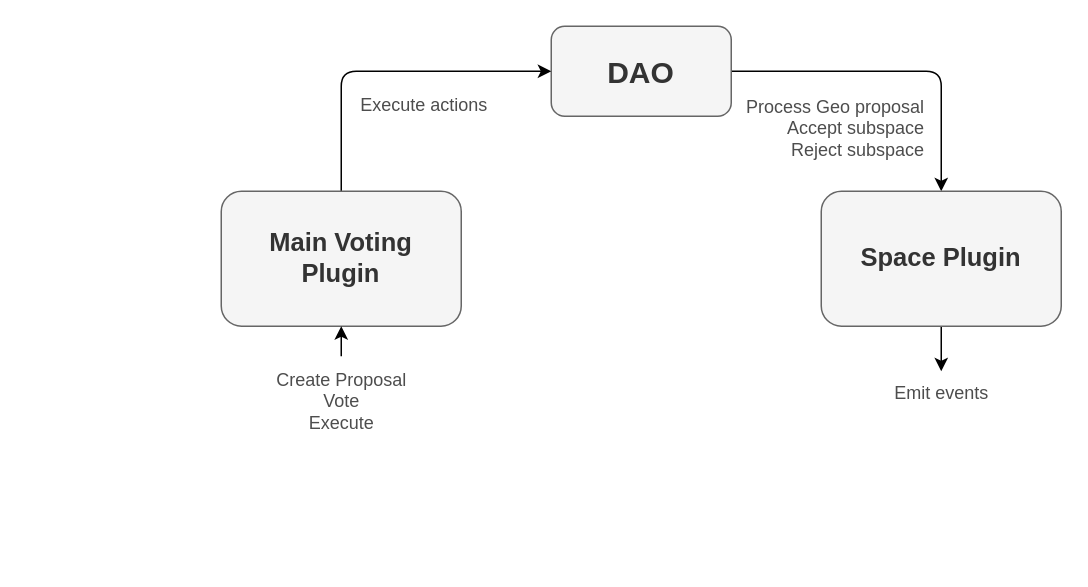
Before: page "Standard 1" (5 of 8) of img/Geo Diagrams.drawio in aragon/geo-browser-contracts, a draw.io diagram. Source tidied: cells renumbered, new cells numbered last; positions are measured from the earlier drawing's top-left corner, leaving out a move shared by most shapes. Both pictures are drawn from the tidied source at 150%, with x=0, y=0 at pixel (220, 26).
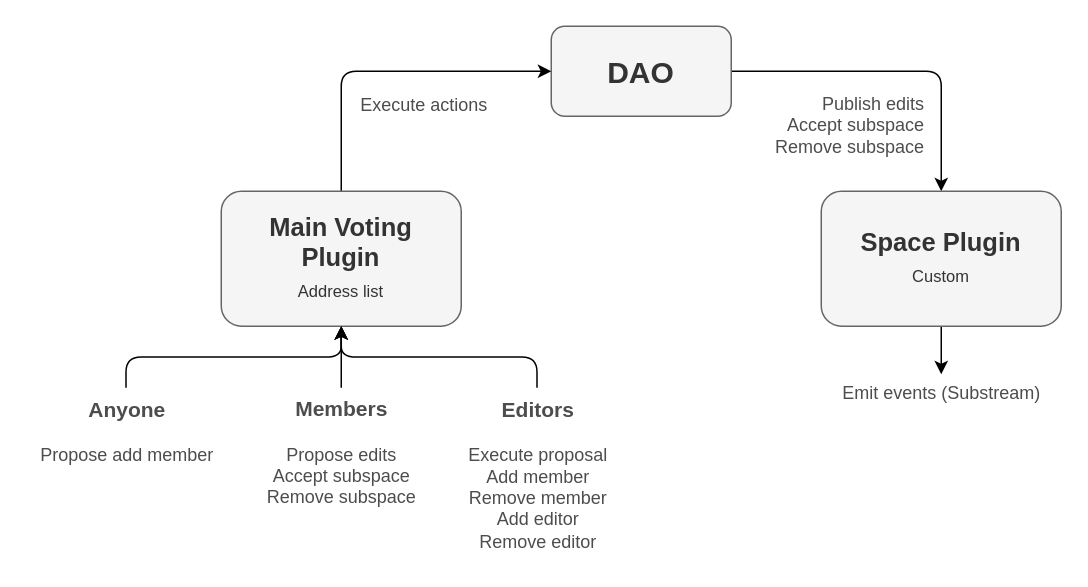
After the change.

Change to the diagram source:
```diff
@@
 <mxGraphModel background="#ffffff">
   <root>
     <mxCell id="0" />
     <mxCell id="1" parent="0" />
     <mxCell id="2" style="edgeStyle=orthogonalEdgeStyle;rounded=1;jettySize=auto;html=1;exitX=1;exitY=0.5;exitDx=0;exitDy=0;entryX=0.5;entryY=0;entryDx=0;entryDy=0;" parent="1" edge="1" source="3" target="7">
       <mxGeometry relative="1" as="geometry" />
     </mxCell>
     <mxCell id="3" value="&lt;font style=&quot;font-size: 20px;&quot;&gt;&lt;b&gt;DAO&lt;/b&gt;&lt;/font&gt;" style="rounded=1;whiteSpace=wrap;html=1;fillColor=#f5f5f5;fontColor=#333333;strokeColor=#666666;" parent="1" vertex="1">
       <mxGeometry x="220" width="120" height="60" as="geometry" />
     </mxCell>
     <mxCell id="4" style="edgeStyle=orthogonalEdgeStyle;rounded=1;jettySize=auto;html=1;exitX=0.5;exitY=0;exitDx=0;exitDy=0;entryX=0;entryY=0.5;entryDx=0;entryDy=0;" parent="1" edge="1" source="5" target="3">
       <mxGeometry relative="1" as="geometry" />
     </mxCell>
-    <mxCell id="5" value="&lt;font size=&quot;1&quot; style=&quot;&quot;&gt;&lt;b style=&quot;font-size: 17px;&quot;&gt;Main Voting&lt;br&gt;Plugin&lt;br&gt;&lt;/b&gt;&lt;/font&gt;" style="rounded=1;whiteSpace=wrap;html=1;fillColor=#f5f5f5;fontColor=#333333;strokeColor=#666666;" parent="1" vertex="1">
+    <mxCell id="5" value="&lt;font size=&quot;1&quot; style=&quot;&quot;&gt;&lt;b style=&quot;font-size: 17px;&quot;&gt;Main Voting&lt;br&gt;Plugin&lt;/b&gt;&lt;/font&gt;&lt;font style=&quot;font-size: 11px;&quot;&gt;&lt;br&gt;Address list&lt;/font&gt;&lt;font size=&quot;1&quot; style=&quot;&quot;&gt;&lt;b style=&quot;font-size: 17px;&quot;&gt;&lt;br&gt;&lt;/b&gt;&lt;/font&gt;" style="rounded=1;whiteSpace=wrap;html=1;fillColor=#f5f5f5;fontColor=#333333;strokeColor=#666666;" parent="1" vertex="1">
       <mxGeometry y="110" width="160" height="90" as="geometry" />
     </mxCell>
     <mxCell id="6" style="edgeStyle=orthogonalEdgeStyle;rounded=1;jettySize=auto;html=1;exitX=0.5;exitY=1;exitDx=0;exitDy=0;" parent="1" edge="1" source="7" target="12">
       <mxGeometry relative="1" as="geometry" />
     </mxCell>
-    <mxCell id="7" value="&lt;font size=&quot;1&quot; style=&quot;&quot;&gt;&lt;b style=&quot;font-size: 17px;&quot;&gt;Space Plugin&lt;br&gt;&lt;/b&gt;&lt;/font&gt;" style="rounded=1;whiteSpace=wrap;html=1;fillColor=#f5f5f5;fontColor=#333333;strokeColor=#666666;" parent="1" vertex="1">
+    <mxCell id="7" value="&lt;font size=&quot;1&quot; style=&quot;&quot;&gt;&lt;b style=&quot;font-size: 17px;&quot;&gt;Space Plugin&lt;/b&gt;&lt;/font&gt;&lt;br style=&quot;font-size: 11px;&quot;&gt;&lt;span style=&quot;font-size: 11px;&quot;&gt;Custom&lt;/span&gt;&lt;font size=&quot;1&quot; style=&quot;&quot;&gt;&lt;b style=&quot;font-size: 17px;&quot;&gt;&lt;br&gt;&lt;/b&gt;&lt;/font&gt;" style="rounded=1;whiteSpace=wrap;html=1;fillColor=#f5f5f5;fontColor=#333333;strokeColor=#666666;" parent="1" vertex="1">
       <mxGeometry x="400" y="110" width="160" height="90" as="geometry" />
     </mxCell>
-    <mxCell id="8" style="edgeStyle=orthogonalEdgeStyle;rounded=1;jettySize=auto;html=1;entryX=0.5;entryY=1;entryDx=0;entryDy=0;" parent="1" edge="1" source="9" target="5">
-      <mxGeometry relative="1" as="geometry" />
-    </mxCell>
-    <mxCell id="9" value="Create Proposal&lt;br&gt;Vote&lt;br&gt;Execute" style="text;html=1;align=center;verticalAlign=middle;points=[];strokeColor=none;fillColor=none;fontColor=#4d4d4d;" parent="1" vertex="1">
-      <mxGeometry x="25" y="220" width="110" height="60" as="geometry" />
-    </mxCell>
     <mxCell id="10" value="Execute actions" style="text;html=1;align=center;verticalAlign=middle;strokeColor=none;fillColor=none;fontColor=#4d4d4d;" parent="1" vertex="1">
       <mxGeometry x="80" y="38" width="110" height="30" as="geometry" />
     </mxCell>
-    <mxCell id="11" value="Process Geo proposal&lt;br&gt;Accept subspace&lt;br&gt;Reject subspace" style="text;html=1;align=right;verticalAlign=middle;strokeColor=none;fillColor=none;fontColor=#4d4d4d;" parent="1" vertex="1">
-      <mxGeometry x="330" y="38" width="140" height="60" as="geometry" />
+    <mxCell id="11" value="Publish edits&lt;br&gt;Accept subspace&lt;br&gt;Remove subspace" style="text;html=1;align=right;verticalAlign=middle;strokeColor=none;fillColor=none;fontColor=#4d4d4d;" parent="1" vertex="1">
+      <mxGeometry x="353" y="38" width="117" height="55" as="geometry" />
     </mxCell>
-    <mxCell id="12" value="Emit events" style="text;html=1;align=center;verticalAlign=middle;points=[];strokeColor=none;fillColor=none;fontColor=#4d4d4d;" parent="1" vertex="1">
-      <mxGeometry x="435" y="230" width="90" height="30" as="geometry" />
+    <mxCell id="12" value="Emit events (Substream)" style="text;html=1;align=center;verticalAlign=middle;points=[];strokeColor=none;fillColor=none;fontColor=#4d4d4d;" parent="1" vertex="1">
+      <mxGeometry x="405" y="232" width="150" height="26" as="geometry" />
     </mxCell>
+    <mxCell id="13" style="edgeStyle=orthogonalEdgeStyle;rounded=0;jettySize=auto;html=1;entryX=0.5;entryY=1;entryDx=0;entryDy=0;" parent="1" edge="1" source="14" target="5">
+      <mxGeometry relative="1" as="geometry" />
+    </mxCell>
+    <mxCell id="14" value="&lt;b&gt;&lt;font style=&quot;font-size: 14px;&quot;&gt;Members&lt;/font&gt;&lt;/b&gt;&lt;div&gt;&lt;br&gt;&lt;/div&gt;&lt;div&gt;Propose edits&lt;/div&gt;&lt;div&gt;Accept subspace&lt;/div&gt;&lt;div&gt;Remove subspace&lt;/div&gt;" style="text;html=1;align=center;verticalAlign=middle;points=[];strokeColor=none;fillColor=none;fontColor=#4d4d4d;" parent="1" vertex="1">
+      <mxGeometry x="21.5" y="241" width="117" height="86" as="geometry" />
+    </mxCell>
+    <mxCell id="15" style="edgeStyle=orthogonalEdgeStyle;rounded=1;jettySize=auto;html=1;entryX=0.5;entryY=1;entryDx=0;entryDy=0;curved=0;" parent="1" edge="1" source="16" target="5">
+      <mxGeometry relative="1" as="geometry" />
+    </mxCell>
+    <mxCell id="16" value="&lt;div&gt;&lt;b&gt;&lt;font style=&quot;font-size: 14px;&quot;&gt;Editors&lt;/font&gt;&lt;/b&gt;&lt;br&gt;&lt;/div&gt;&lt;div&gt;&lt;br&gt;&lt;/div&gt;&lt;div&gt;Execute proposal&lt;/div&gt;&lt;div&gt;Add member&lt;/div&gt;&lt;div&gt;Remove member&lt;/div&gt;&lt;div&gt;Add editor&lt;/div&gt;&lt;span style=&quot;background-color: initial;&quot;&gt;Remove editor&lt;/span&gt;" style="text;html=1;align=center;verticalAlign=middle;points=[];strokeColor=none;fillColor=none;fontColor=#4d4d4d;" parent="1" vertex="1">
+      <mxGeometry x="155" y="241" width="111" height="115" as="geometry" />
+    </mxCell>
+    <mxCell id="17" style="edgeStyle=orthogonalEdgeStyle;rounded=1;jettySize=auto;html=1;entryX=0.5;entryY=1;entryDx=0;entryDy=0;curved=0;" parent="1" edge="1" source="18" target="5">
+      <mxGeometry relative="1" as="geometry" />
+    </mxCell>
+    <mxCell id="18" value="&lt;div&gt;&lt;b&gt;&lt;font style=&quot;font-size: 14px;&quot;&gt;Anyone&lt;/font&gt;&lt;/b&gt;&lt;/div&gt;&lt;div&gt;&lt;br&gt;&lt;/div&gt;&lt;div&gt;Propose add member&lt;/div&gt;" style="text;html=1;align=center;verticalAlign=middle;points=[];strokeColor=none;fillColor=none;fontColor=#4d4d4d;" parent="1" vertex="1">
+      <mxGeometry x="-130" y="241" width="133" height="58" as="geometry" />
+    </mxCell>
   </root>
 </mxGraphModel>
```
